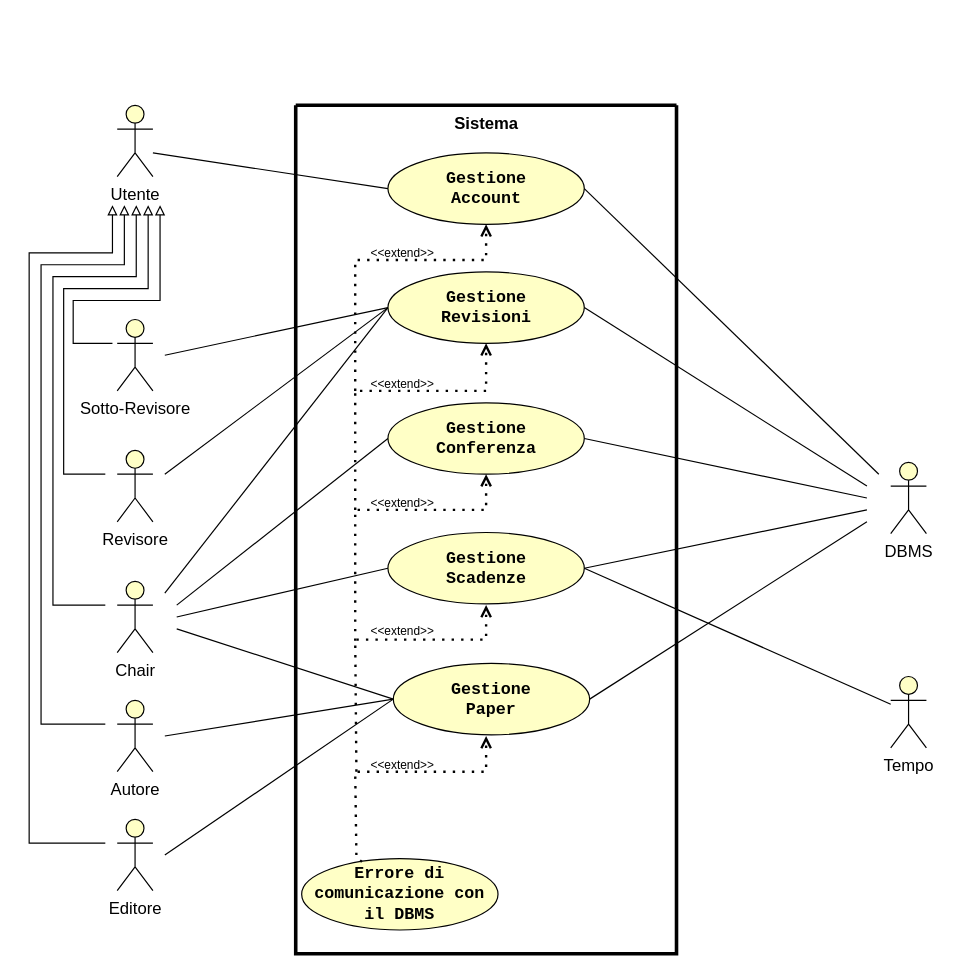
Above: RAD/raw/VistaInsieme.drawio in Gabro29/IngegneriaSoftware (draw.io), before the change. Source tidied: cells renumbered, new cells numbered last; positions are measured from the earlier drawing's top-left corner, leaving out a move shared by most shapes. Both pictures are drawn from the tidied source at 119%, with x=0, y=0 at pixel (29, 105).
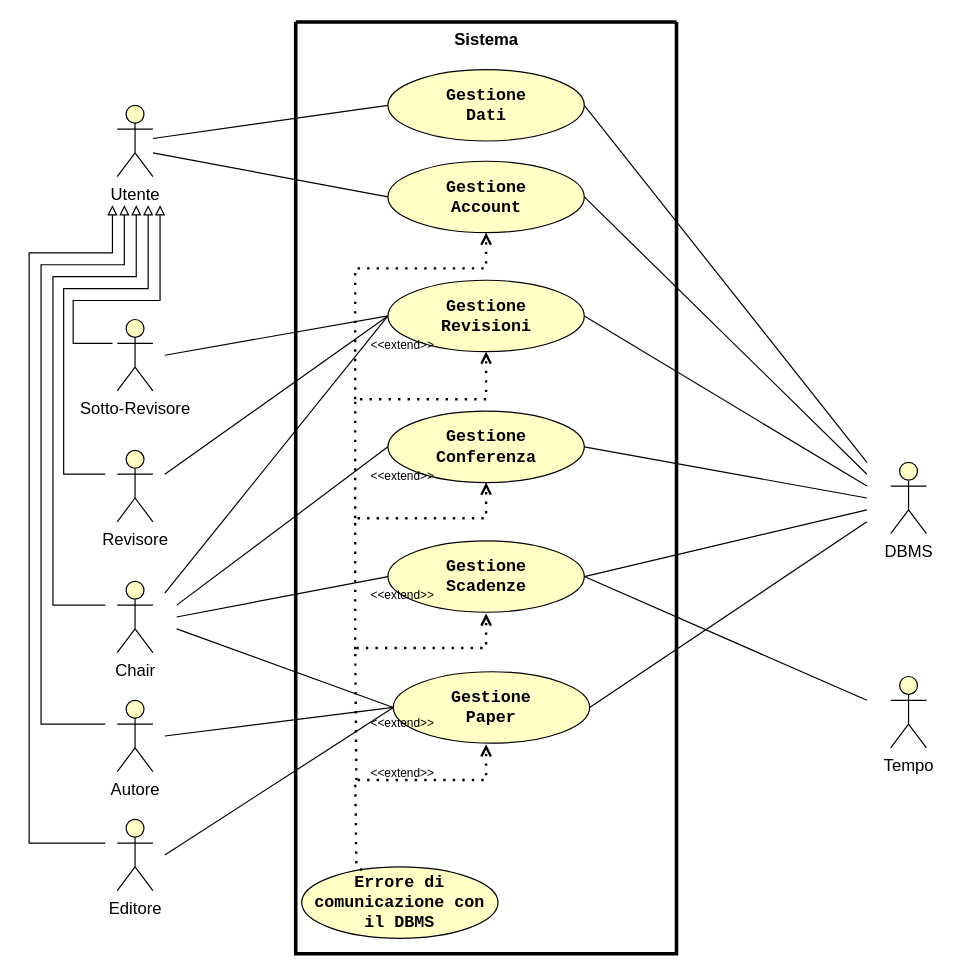
Above is the later version.

Unchanged cells that the change refers to:
```xml
<mxCell id="22" value="&lt;font style=&quot;color: light-dark(rgb(0, 0, 0), rgb(0, 0, 0)); font-size: 14px;&quot;&gt;Utente&lt;/font&gt;" style="shape=umlActor;verticalLabelPosition=bottom;verticalAlign=top;html=1;outlineConnect=0;strokeColor=light-dark(#000000,#000000);fillColor=light-dark(#FFFFC6,#FDF89C);" parent="1" vertex="1">
  <mxGeometry x="74" width="30" height="60" as="geometry" />
</mxCell>
<mxCell id="31" value="&lt;font style=&quot;color: light-dark(rgb(0, 0, 0), rgb(0, 0, 0)); font-size: 14px;&quot;&gt;Tempo&lt;/font&gt;" style="shape=umlActor;verticalLabelPosition=bottom;verticalAlign=top;html=1;outlineConnect=0;strokeColor=light-dark(#000000,#000000);fillColor=light-dark(#FFFFC6,#FDF89C);" parent="1" vertex="1">
  <mxGeometry x="724" y="480" width="30" height="60" as="geometry" />
</mxCell>
```

Diff of the diagram source:
```diff
@@
     <mxCell id="2" style="swimlane;startSize=0;swimlaneFillColor=none;strokeWidth=3;strokeColor=light-dark(#000000,#000000);labelBackgroundColor=none;fontColor=light-dark(#000000,#000000);fillColor=default;" parent="1" vertex="1">
-      <mxGeometry x="224" width="320" height="713" as="geometry" />
+      <mxGeometry x="224" y="-70" width="320" height="783" as="geometry" />
     </mxCell>
     <mxCell id="3" value="&lt;font style=&quot;color: light-dark(rgb(0, 0, 0), rgb(0, 0, 0)); font-size: 14px;&quot; face=&quot;Courier New&quot;&gt;&lt;b&gt;Gestione&lt;/b&gt;&lt;/font&gt;&lt;div&gt;&lt;font style=&quot;color: light-dark(rgb(0, 0, 0), rgb(0, 0, 0)); font-size: 14px;&quot; face=&quot;Courier New&quot;&gt;&lt;b&gt;Account&lt;/b&gt;&lt;/font&gt;&lt;/div&gt;" style="ellipse;whiteSpace=wrap;html=1;fillColor=light-dark(#FFFFC6,#FDF89C);strokeColor=light-dark(#000000,#000000);gradientColor=none;" parent="2" vertex="1">
-      <mxGeometry x="77.5" y="40" width="165" height="60" as="geometry" />
+      <mxGeometry x="77.5" y="117" width="165" height="60" as="geometry" />
     </mxCell>
     <mxCell id="4" value="&lt;font face=&quot;Courier New&quot; style=&quot;color: light-dark(rgb(0, 0, 0), rgb(0, 0, 0)); font-size: 14px;&quot;&gt;&lt;b&gt;Gestione&lt;/b&gt;&lt;/font&gt;&lt;div&gt;&lt;span style=&quot;font-family: &amp;quot;Courier New&amp;quot;;&quot;&gt;&lt;font style=&quot;color: light-dark(rgb(0, 0, 0), rgb(0, 0, 0)); font-size: 14px;&quot;&gt;&lt;b&gt;Revisioni&lt;/b&gt;&lt;/font&gt;&lt;/span&gt;&lt;/div&gt;" style="ellipse;whiteSpace=wrap;html=1;fillColor=light-dark(#FFFFC6,#FDF89C);strokeColor=light-dark(#000000,#000000);" parent="2" vertex="1">
-      <mxGeometry x="77.5" y="140" width="165" height="60" as="geometry" />
+      <mxGeometry x="77.5" y="217" width="165" height="60" as="geometry" />
     </mxCell>
     <mxCell id="5" value="&lt;font face=&quot;Courier New&quot; style=&quot;color: light-dark(rgb(0, 0, 0), rgb(0, 0, 0)); font-size: 14px;&quot;&gt;&lt;b&gt;Gestione&lt;/b&gt;&lt;/font&gt;&lt;div&gt;&lt;font style=&quot;color: light-dark(rgb(0, 0, 0), rgb(0, 0, 0)); font-size: 14px;&quot; face=&quot;Courier New&quot;&gt;&lt;b&gt;Conferenza&lt;/b&gt;&lt;/font&gt;&lt;/div&gt;" style="ellipse;whiteSpace=wrap;html=1;fillColor=light-dark(#FFFFC6,#FDF89C);strokeColor=light-dark(#000000,#000000);" parent="2" vertex="1">
-      <mxGeometry x="77.5" y="250" width="165" height="60" as="geometry" />
+      <mxGeometry x="77.5" y="327" width="165" height="60" as="geometry" />
     </mxCell>
     <mxCell id="6" value="&lt;font face=&quot;Courier New&quot; style=&quot;color: light-dark(rgb(0, 0, 0), rgb(0, 0, 0)); font-size: 14px;&quot;&gt;&lt;b&gt;Gestione&lt;/b&gt;&lt;/font&gt;&lt;div&gt;&lt;span style=&quot;font-family: &amp;quot;Courier New&amp;quot;;&quot;&gt;&lt;font style=&quot;color: light-dark(rgb(0, 0, 0), rgb(0, 0, 0)); font-size: 14px;&quot;&gt;&lt;b&gt;Paper&lt;/b&gt;&lt;/font&gt;&lt;/span&gt;&lt;/div&gt;" style="ellipse;whiteSpace=wrap;html=1;fillColor=light-dark(#FFFFC6,#FDF89C);strokeColor=light-dark(#000000,#000000);" parent="2" vertex="1">
-      <mxGeometry x="82" y="469" width="165" height="60" as="geometry" />
+      <mxGeometry x="82" y="546" width="165" height="60" as="geometry" />
     </mxCell>
     <mxCell id="7" value="&lt;font face=&quot;Courier New&quot; style=&quot;color: light-dark(rgb(0, 0, 0), rgb(0, 0, 0)); font-size: 14px;&quot;&gt;&lt;b&gt;Gestione&lt;/b&gt;&lt;/font&gt;&lt;div&gt;&lt;font face=&quot;Courier New&quot; style=&quot;color: light-dark(rgb(0, 0, 0), rgb(0, 0, 0)); font-size: 14px;&quot;&gt;&lt;b&gt;Scadenze&lt;/b&gt;&lt;/font&gt;&lt;/div&gt;" style="ellipse;whiteSpace=wrap;html=1;fillColor=light-dark(#FFFFC6,#FDF89C);strokeColor=light-dark(#000000,#000000);" parent="2" vertex="1">
-      <mxGeometry x="77.5" y="359" width="165" height="60" as="geometry" />
+      <mxGeometry x="77.5" y="436" width="165" height="60" as="geometry" />
     </mxCell>
     <mxCell id="8" value="&lt;font style=&quot;color: light-dark(rgb(0, 0, 0), rgb(0, 0, 0));&quot; face=&quot;Courier New&quot;&gt;&lt;span style=&quot;font-size: 14px;&quot;&gt;&lt;b style=&quot;&quot;&gt;Errore di comunicazione con il DBMS&lt;/b&gt;&lt;/span&gt;&lt;/font&gt;" style="ellipse;whiteSpace=wrap;html=1;fillColor=light-dark(#FFFFC6,#FDF89C);strokeColor=light-dark(#000000,#000000);" parent="2" vertex="1">
-      <mxGeometry x="5" y="633" width="165" height="60" as="geometry" />
+      <mxGeometry x="5" y="710" width="165" height="60" as="geometry" />
     </mxCell>
@@
     <mxCell id="10" style="endArrow=open;dashed=1;html=1;dashPattern=1 3;strokeWidth=2;rounded=0;strokeColor=light-dark(#000000,#000000);endFill=0;entryX=0.5;entryY=1;entryDx=0;entryDy=0;" parent="2" edge="1" target="5">
       <mxGeometry relative="1" as="geometry">
-        <mxPoint x="50" y="450" as="sourcePoint" />
+        <mxPoint x="50" y="527" as="sourcePoint" />
         <Array as="points">
-          <mxPoint x="50" y="340" />
-          <mxPoint x="160" y="340" />
+          <mxPoint x="50" y="417" />
+          <mxPoint x="160" y="417" />
         </Array>
       </mxGeometry>
     </mxCell>
     <mxCell id="11" style="endArrow=open;dashed=1;html=1;dashPattern=1 3;strokeWidth=2;rounded=0;strokeColor=light-dark(#000000,#000000);endFill=0;entryX=0.5;entryY=1;entryDx=0;entryDy=0;" parent="2" edge="1" target="4">
       <mxGeometry relative="1" as="geometry">
-        <mxPoint x="50" y="340" as="sourcePoint" />
+        <mxPoint x="50" y="417" as="sourcePoint" />
         <Array as="points">
-          <mxPoint x="50" y="240" />
-          <mxPoint x="160" y="240" />
+          <mxPoint x="50" y="317" />
+          <mxPoint x="160" y="317" />
         </Array>
       </mxGeometry>
     </mxCell>
     <mxCell id="12" style="endArrow=open;dashed=1;html=1;dashPattern=1 3;strokeWidth=2;rounded=0;strokeColor=light-dark(#000000,#000000);endFill=0;entryX=0.5;entryY=1;entryDx=0;entryDy=0;" parent="2" edge="1" target="3">
       <mxGeometry relative="1" as="geometry">
-        <mxPoint x="50" y="240" as="sourcePoint" />
+        <mxPoint x="50" y="317" as="sourcePoint" />
         <Array as="points">
-          <mxPoint x="50" y="130" />
-          <mxPoint x="160" y="130" />
+          <mxPoint x="50" y="207" />
+          <mxPoint x="160" y="207" />
         </Array>
       </mxGeometry>
     </mxCell>
     <mxCell id="13" style="endArrow=open;dashed=1;html=1;dashPattern=1 3;strokeWidth=2;rounded=0;strokeColor=light-dark(#000000,#000000);endFill=0;exitX=0.307;exitY=0.047;exitDx=0;exitDy=0;exitPerimeter=0;" parent="2" edge="1" source="8">
       <mxGeometry relative="1" as="geometry">
-        <mxPoint x="160" y="530" as="targetPoint" />
+        <mxPoint x="160" y="607" as="targetPoint" />
         <Array as="points">
-          <mxPoint x="51" y="632" />
-          <mxPoint x="50" y="560" />
-          <mxPoint x="160" y="560" />
+          <mxPoint x="51" y="709" />
+          <mxPoint x="50" y="637" />
+          <mxPoint x="160" y="637" />
         </Array>
       </mxGeometry>
     </mxCell>
     <mxCell id="14" value="&lt;font style=&quot;color: light-dark(rgb(0, 0, 0), rgb(0, 0, 0)); font-size: 10px;&quot;&gt;&amp;lt;&amp;lt;extend&amp;gt;&amp;gt;&lt;/font&gt;" style="text;html=1;align=center;verticalAlign=middle;whiteSpace=wrap;rounded=0;" parent="2" vertex="1">
-      <mxGeometry x="59.5" y="549" width="60" height="10" as="geometry" />
+      <mxGeometry x="59.5" y="626" width="60" height="10" as="geometry" />
     </mxCell>
     <mxCell id="15" style="endArrow=open;dashed=1;html=1;dashPattern=1 3;strokeWidth=2;rounded=0;strokeColor=light-dark(#000000,#000000);endFill=0;" parent="2" edge="1">
       <mxGeometry relative="1" as="geometry">
-        <mxPoint x="51" y="560" as="sourcePoint" />
-        <mxPoint x="160" y="420" as="targetPoint" />
+        <mxPoint x="51" y="637" as="sourcePoint" />
+        <mxPoint x="160" y="497" as="targetPoint" />
         <Array as="points">
-          <mxPoint x="50" y="449" />
-          <mxPoint x="160" y="449" />
+          <mxPoint x="50" y="526" />
+          <mxPoint x="160" y="526" />
         </Array>
       </mxGeometry>
     </mxCell>
+    <mxCell id="48" value="&lt;font style=&quot;color: light-dark(rgb(0, 0, 0), rgb(0, 0, 0)); font-size: 14px;&quot; face=&quot;Courier New&quot;&gt;&lt;b&gt;Gestione&lt;/b&gt;&lt;/font&gt;&lt;div&gt;&lt;font style=&quot;color: light-dark(rgb(0, 0, 0), rgb(0, 0, 0)); font-size: 14px;&quot; face=&quot;Courier New&quot;&gt;&lt;b&gt;Dati&lt;/b&gt;&lt;/font&gt;&lt;/div&gt;" style="ellipse;whiteSpace=wrap;html=1;fillColor=light-dark(#FFFFC6,#FDF89C);strokeColor=light-dark(#000000,#000000);gradientColor=none;" parent="2" vertex="1">
+      <mxGeometry x="77.5" y="40" width="165" height="60" as="geometry" />
+    </mxCell>
@@
     <mxCell id="32" style="rounded=0;jettySize=auto;html=1;strokeColor=light-dark(#000000,#000000);endArrow=none;startFill=0;exitX=1;exitY=0.5;exitDx=0;exitDy=0;" parent="1" edge="1" source="3">
       <mxGeometry relative="1" as="geometry">
-        <mxPoint x="714" y="310" as="targetPoint" />
+        <mxPoint x="704" y="310" as="targetPoint" />
       </mxGeometry>
     </mxCell>
@@
-    <mxCell id="37" style="rounded=0;jettySize=auto;html=1;strokeColor=light-dark(#000000,#000000);endArrow=none;startFill=0;exitX=1;exitY=0.5;exitDx=0;exitDy=0;" parent="1" edge="1" source="7" target="31">
-      <mxGeometry relative="1" as="geometry" />
+    <mxCell id="37" style="rounded=0;jettySize=auto;html=1;strokeColor=light-dark(#000000,#000000);endArrow=none;startFill=0;exitX=1;exitY=0.5;exitDx=0;exitDy=0;" parent="1" edge="1" source="7">
+      <mxGeometry relative="1" as="geometry">
+        <mxPoint x="704" y="500" as="targetPoint" />
+      </mxGeometry>
     </mxCell>
@@
     <mxCell id="41" value="&lt;font style=&quot;color: light-dark(rgb(0, 0, 0), rgb(0, 0, 0)); font-size: 10px;&quot;&gt;&amp;lt;&amp;lt;extend&amp;gt;&amp;gt;&lt;/font&gt;" style="text;html=1;align=center;verticalAlign=middle;whiteSpace=wrap;rounded=0;" parent="1" vertex="1">
-      <mxGeometry x="283.5" y="437" width="60" height="10" as="geometry" />
+      <mxGeometry x="283.5" y="514" width="60" height="10" as="geometry" />
     </mxCell>
     <mxCell id="42" value="&lt;font style=&quot;color: light-dark(rgb(0, 0, 0), rgb(0, 0, 0)); font-size: 10px;&quot;&gt;&amp;lt;&amp;lt;extend&amp;gt;&amp;gt;&lt;/font&gt;" style="text;html=1;align=center;verticalAlign=middle;whiteSpace=wrap;rounded=0;" parent="1" vertex="1">
-      <mxGeometry x="283.5" y="329" width="60" height="10" as="geometry" />
+      <mxGeometry x="283.5" y="406" width="60" height="10" as="geometry" />
     </mxCell>
     <mxCell id="43" value="&lt;font style=&quot;color: light-dark(rgb(0, 0, 0), rgb(0, 0, 0)); font-size: 10px;&quot;&gt;&amp;lt;&amp;lt;extend&amp;gt;&amp;gt;&lt;/font&gt;" style="text;html=1;align=center;verticalAlign=middle;whiteSpace=wrap;rounded=0;" parent="1" vertex="1">
-      <mxGeometry x="283.5" y="229" width="60" height="10" as="geometry" />
+      <mxGeometry x="283.5" y="306" width="60" height="10" as="geometry" />
     </mxCell>
     <mxCell id="44" value="&lt;font style=&quot;color: light-dark(rgb(0, 0, 0), rgb(0, 0, 0)); font-size: 10px;&quot;&gt;&amp;lt;&amp;lt;extend&amp;gt;&amp;gt;&lt;/font&gt;" style="text;html=1;align=center;verticalAlign=middle;whiteSpace=wrap;rounded=0;" parent="1" vertex="1">
-      <mxGeometry x="283.5" y="119" width="60" height="10" as="geometry" />
+      <mxGeometry x="283.5" y="196" width="60" height="10" as="geometry" />
     </mxCell>
@@
+    <mxCell id="49" style="rounded=0;jettySize=auto;html=1;entryX=0;entryY=0.5;entryDx=0;entryDy=0;strokeColor=light-dark(#000000,#000000);endArrow=none;startFill=0;" parent="1" edge="1" source="22" target="48">
+      <mxGeometry relative="1" as="geometry" />
+    </mxCell>
+    <mxCell id="50" style="rounded=0;jettySize=auto;html=1;strokeColor=light-dark(#000000,#000000);endArrow=none;startFill=0;exitX=1;exitY=0.5;exitDx=0;exitDy=0;" parent="1" edge="1" source="48">
+      <mxGeometry relative="1" as="geometry">
+        <mxPoint x="704" y="300" as="targetPoint" />
+      </mxGeometry>
+    </mxCell>
```
